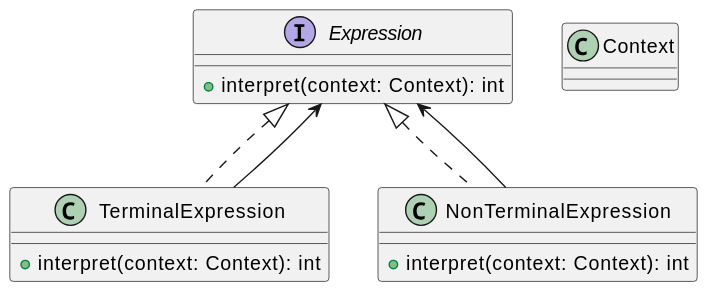
KubEF/architecture-learn-materials keeps this PlantUML diagram as out/patterns/interpreter/interpreter.svg. Above is the earlier version.
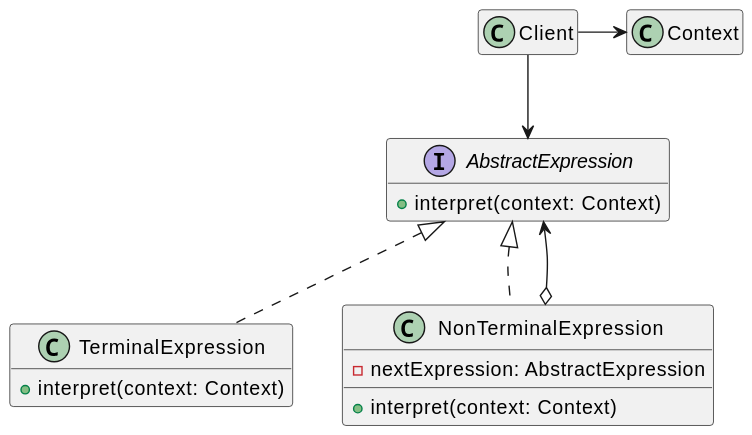
After the commit.

Change to the diagram source:
```diff
@@ -1,18 +1,23 @@
 @startuml
-interface Expression {
-    +interpret(context: Context): int
+hide empty members
+class Client{}
+
+interface AbstractExpression {
+    +interpret(context: Context)
 }
 
-class TerminalExpression implements Expression {
-    +interpret(context: Context): int
+class TerminalExpression implements AbstractExpression {
+    +interpret(context: Context)
 }
 
-class NonTerminalExpression implements Expression {
-    +interpret(context: Context): int
+class NonTerminalExpression implements AbstractExpression {
+    -nextExpression: AbstractExpression
+    +interpret(context: Context)
 }
 
 class Context {}
 
-TerminalExpression --> Expression
-NonTerminalExpression --> Expression
+Client -> Context
+Client --> AbstractExpression
+NonTerminalExpression o--> AbstractExpression
 @enduml
```
